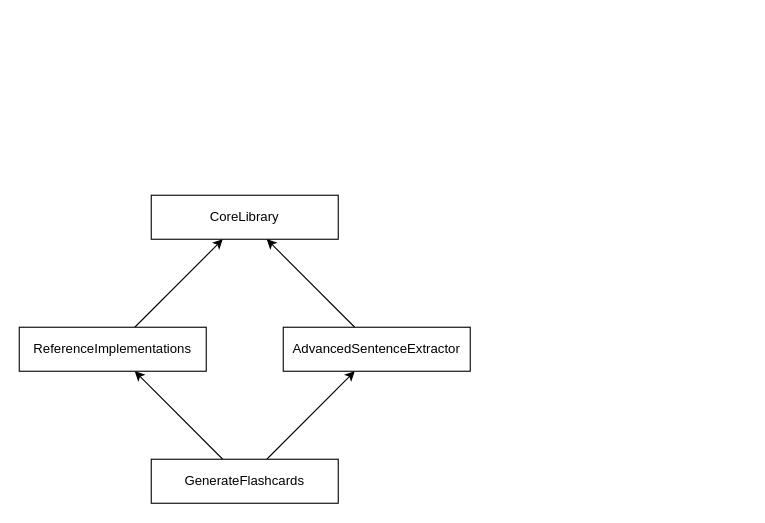
This is page "Project dependency" (3 of 3) of docs/Architecture.drawio from taurit/FlashcardSpace.Toolkit, a draw.io file, before an edit. Source tidied: cells renumbered, new cells numbered last; positions are measured from the earlier drawing's top-left corner, leaving out a move shared by most shapes. Both pictures are drawn from the tidied source at 110%, with x=0, y=0 at pixel (19, 195).
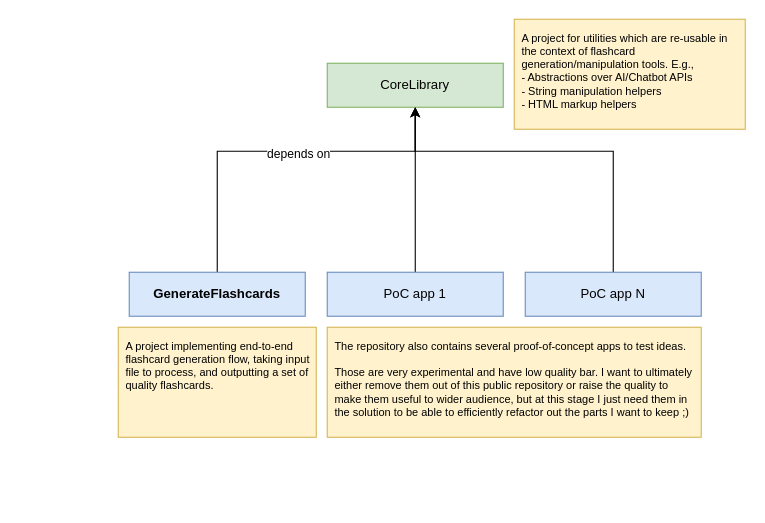
Above is the later version.

Change to the diagram source:
```diff
@@
 <mxGraphModel>
   <root>
     <mxCell id="0" />
     <mxCell id="1" parent="0" />
-    <mxCell id="2" style="edgeStyle=none;shape=connector;rounded=0;jettySize=auto;html=1;strokeColor=default;align=center;verticalAlign=middle;fontFamily=Helvetica;fontSize=11;fontColor=default;labelBackgroundColor=default;endArrow=classic;" parent="1" edge="1" source="4" target="7">
-      <mxGeometry relative="1" as="geometry" />
-    </mxCell>
-    <mxCell id="3" style="edgeStyle=none;shape=connector;rounded=0;jettySize=auto;html=1;strokeColor=default;align=center;verticalAlign=middle;fontFamily=Helvetica;fontSize=11;fontColor=default;labelBackgroundColor=default;endArrow=classic;" parent="1" edge="1" source="4" target="9">
-      <mxGeometry relative="1" as="geometry" />
-    </mxCell>
+    <mxCell id="10" style="edgeStyle=orthogonalEdgeStyle;rounded=0;jettySize=auto;html=1;" parent="1" edge="1" source="4" target="5">
+      <mxGeometry relative="1" as="geometry">
+        <Array as="points">
+          <mxPoint x="180" y="-40" />
+          <mxPoint x="360" y="-40" />
+        </Array>
+      </mxGeometry>
+    </mxCell>
+    <mxCell id="11" value="depends on" style="edgeLabel;html=1;align=center;verticalAlign=middle;" parent="10" vertex="1">
+      <mxGeometry x="0.11" y="-2" relative="1" as="geometry" />
+    </mxCell>
-    <mxCell id="4" value="GenerateFlashcards" style="rounded=0;whiteSpace=wrap;html=1;" parent="1" vertex="1">
-      <mxGeometry x="120" y="240" width="170" height="40" as="geometry" />
+    <mxCell id="4" value="GenerateFlashcards" style="rounded=0;whiteSpace=wrap;html=1;fillColor=#dae8fc;strokeColor=#6c8ebf;fontStyle=1;" parent="1" vertex="1">
+      <mxGeometry x="100" y="70" width="160" height="40" as="geometry" />
     </mxCell>
-    <mxCell id="5" value="CoreLibrary" style="rounded=0;whiteSpace=wrap;html=1;" parent="1" vertex="1">
-      <mxGeometry x="120" width="170" height="40" as="geometry" />
+    <mxCell id="5" value="CoreLibrary" style="rounded=0;whiteSpace=wrap;html=1;fillColor=#d5e8d4;strokeColor=#82b366;" parent="1" vertex="1">
+      <mxGeometry x="280" y="-120" width="160" height="40" as="geometry" />
     </mxCell>
-    <mxCell id="6" style="edgeStyle=none;shape=connector;rounded=0;jettySize=auto;html=1;strokeColor=default;align=center;verticalAlign=middle;fontFamily=Helvetica;fontSize=11;fontColor=default;labelBackgroundColor=default;endArrow=classic;" parent="1" edge="1" source="7" target="5">
-      <mxGeometry relative="1" as="geometry" />
-    </mxCell>
-    <mxCell id="7" value="ReferenceImplementations" style="rounded=0;whiteSpace=wrap;html=1;" parent="1" vertex="1">
-      <mxGeometry y="120" width="170" height="40" as="geometry" />
-    </mxCell>
-    <mxCell id="8" style="edgeStyle=none;shape=connector;rounded=0;jettySize=auto;html=1;strokeColor=default;align=center;verticalAlign=middle;fontFamily=Helvetica;fontSize=11;fontColor=default;labelBackgroundColor=default;endArrow=classic;" parent="1" edge="1" source="9" target="5">
-      <mxGeometry relative="1" as="geometry" />
-    </mxCell>
-    <mxCell id="9" value="AdvancedSentenceExtractor" style="rounded=0;whiteSpace=wrap;html=1;" parent="1" vertex="1">
-      <mxGeometry x="240" y="120" width="170" height="40" as="geometry" />
-    </mxCell>
+    <mxCell id="12" style="edgeStyle=orthogonalEdgeStyle;rounded=0;jettySize=auto;html=1;" parent="1" edge="1" source="13" target="5">
+      <mxGeometry relative="1" as="geometry" />
+    </mxCell>
+    <mxCell id="13" value="PoC app 1" style="rounded=0;whiteSpace=wrap;html=1;fillColor=#dae8fc;strokeColor=#6c8ebf;" parent="1" vertex="1">
+      <mxGeometry x="280" y="70" width="160" height="40" as="geometry" />
+    </mxCell>
+    <mxCell id="14" style="edgeStyle=orthogonalEdgeStyle;rounded=0;jettySize=auto;html=1;" parent="1" edge="1" source="15" target="5">
+      <mxGeometry relative="1" as="geometry">
+        <Array as="points">
+          <mxPoint x="540" y="-40" />
+          <mxPoint x="360" y="-40" />
+        </Array>
+      </mxGeometry>
+    </mxCell>
+    <mxCell id="15" value="PoC app N" style="rounded=0;whiteSpace=wrap;html=1;fillColor=#dae8fc;strokeColor=#6c8ebf;" parent="1" vertex="1">
+      <mxGeometry x="460" y="70" width="160" height="40" as="geometry" />
+    </mxCell>
+    <mxCell id="16" value="A project for utilities which are re-usable in the context of flashcard generation/manipulation tools. E.g., &#10;- Abstractions over AI/Chatbot APIs&#10;- String manipulation helpers&#10;- HTML markup helpers" style="text;whiteSpace=wrap;fillColor=#fff2cc;strokeColor=#d6b656;fontSize=10;spacing=7;" parent="1" vertex="1">
+      <mxGeometry x="450" y="-160" width="210" height="100" as="geometry" />
+    </mxCell>
+    <mxCell id="17" value="A project implementing end-to-end flashcard generation flow, taking input file to process, and outputting a set of quality flashcards." style="text;whiteSpace=wrap;fillColor=#fff2cc;strokeColor=#d6b656;fontSize=10;spacing=7;" parent="1" vertex="1">
+      <mxGeometry x="90" y="120" width="180" height="100" as="geometry" />
+    </mxCell>
+    <mxCell id="18" value="The repository also contains several proof-of-concept apps to test ideas.&#10;&#10;Those are very experimental and have low quality bar. I want to ultimately either remove them out of this public repository or raise the quality to make them useful to wider audience, but at this stage I just need them in the solution to be able to efficiently refactor out the parts I want to keep ;)" style="text;whiteSpace=wrap;fillColor=#fff2cc;strokeColor=#d6b656;fontSize=10;spacing=7;" parent="1" vertex="1">
+      <mxGeometry x="280" y="120" width="340" height="100" as="geometry" />
+    </mxCell>
   </root>
 </mxGraphModel>
```
